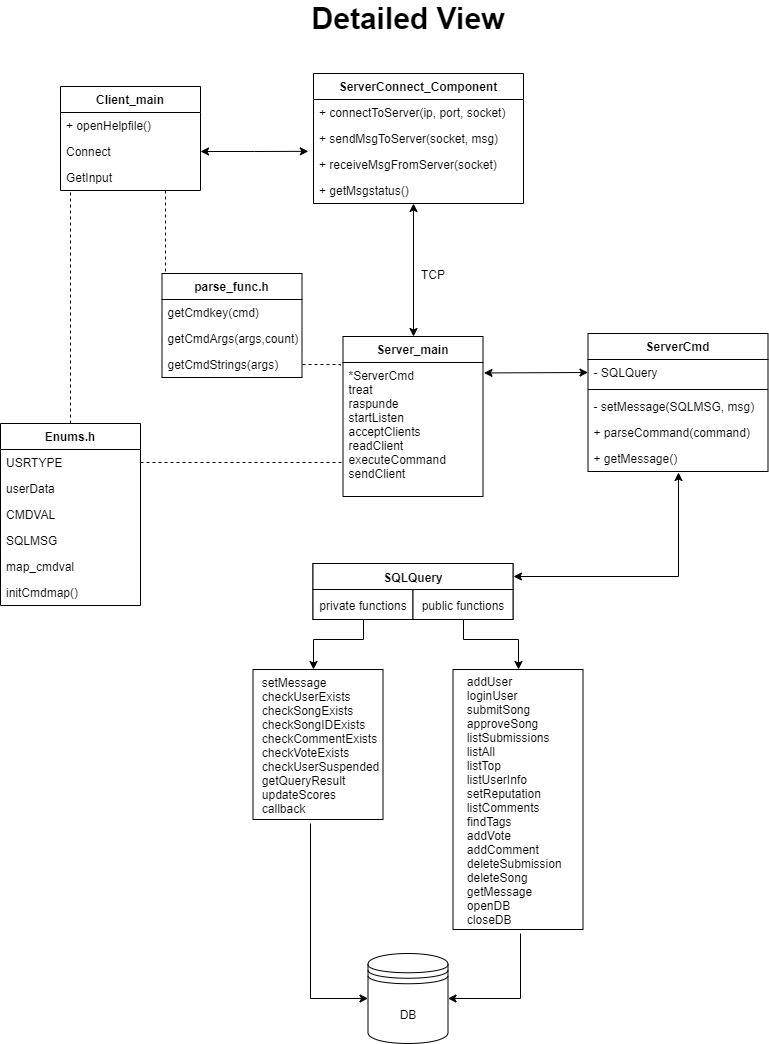
Above: docs/details.png in parrygod1/topmusic (draw.io), before the change. Source tidied: cells renumbered, new cells last; positions are measured from the earlier drawing's top-left corner, leaving out a move shared by most shapes. Source of this version:
```xml
<mxGraphModel>
  <root>
    <mxCell id="0" />
    <mxCell id="1" parent="0" />
    <mxCell id="2" value="ServerConnect_Component" style="swimlane;fontStyle=1;horizontal=1;startSize=26;fillColor=none;" parent="1" vertex="1">
      <mxGeometry x="313" y="70" width="210" height="130" as="geometry" />
    </mxCell>
    <mxCell id="3" value="+ connectToServer(ip, port, socket)" style="text;strokeColor=none;fillColor=none;align=left;verticalAlign=top;spacingLeft=4;spacingRight=4;overflow=hidden;" parent="2" vertex="1">
      <mxGeometry y="26" width="210" height="26" as="geometry" />
    </mxCell>
    <mxCell id="4" value="+ sendMsgToServer(socket, msg)" style="text;strokeColor=none;fillColor=none;align=left;verticalAlign=top;spacingLeft=4;spacingRight=4;overflow=hidden;" parent="2" vertex="1">
      <mxGeometry y="52" width="210" height="26" as="geometry" />
    </mxCell>
    <mxCell id="5" value="+ receiveMsgFromServer(socket)" style="text;strokeColor=none;fillColor=none;align=left;verticalAlign=top;spacingLeft=4;spacingRight=4;overflow=hidden;" parent="2" vertex="1">
      <mxGeometry y="78" width="210" height="26" as="geometry" />
    </mxCell>
    <mxCell id="6" value="+ getMsgstatus()" style="text;strokeColor=none;fillColor=none;align=left;verticalAlign=top;spacingLeft=4;spacingRight=4;overflow=hidden;points=[[0,0.5],[1,0.5]];portConstraint=eastwest;" parent="2" vertex="1">
      <mxGeometry y="104" width="210" height="26" as="geometry" />
    </mxCell>
    <mxCell id="7" style="edgeStyle=orthogonalEdgeStyle;rounded=0;jettySize=auto;html=1;exitX=0.75;exitY=1;exitDx=0;exitDy=0;entryX=0.025;entryY=0;entryDx=0;entryDy=0;entryPerimeter=0;dashed=1;endArrow=none;endFill=0;" parent="1" edge="1" source="8" target="53">
      <mxGeometry relative="1" as="geometry" />
    </mxCell>
    <mxCell id="8" value="Client_main" style="swimlane;fontStyle=1;horizontal=1;startSize=26;fillColor=none;" parent="1" vertex="1">
      <mxGeometry x="60" y="83" width="140" height="104" as="geometry" />
    </mxCell>
    <mxCell id="9" value="+ openHelpfile()" style="text;strokeColor=none;fillColor=none;align=left;verticalAlign=top;spacingLeft=4;spacingRight=4;overflow=hidden;" parent="8" vertex="1">
      <mxGeometry y="26" width="140" height="26" as="geometry" />
    </mxCell>
    <mxCell id="10" value="Connect" style="text;strokeColor=none;fillColor=none;align=left;verticalAlign=top;spacingLeft=4;spacingRight=4;overflow=hidden;points=[[0,0.5],[1,0.5]];portConstraint=eastwest;" parent="8" vertex="1">
      <mxGeometry y="52" width="140" height="26" as="geometry" />
    </mxCell>
    <mxCell id="11" value="GetInput" style="text;strokeColor=none;fillColor=none;align=left;verticalAlign=top;spacingLeft=4;spacingRight=4;overflow=hidden;" parent="8" vertex="1">
      <mxGeometry y="78" width="140" height="26" as="geometry" />
    </mxCell>
    <mxCell id="12" style="edgeStyle=orthogonalEdgeStyle;rounded=0;jettySize=auto;html=1;entryX=1;entryY=0.5;entryDx=0;entryDy=0;startArrow=classic;startFill=1;endArrow=classic;endFill=1;exitX=0.502;exitY=1.026;exitDx=0;exitDy=0;exitPerimeter=0;" parent="1" edge="1" source="18" target="29">
      <mxGeometry relative="1" as="geometry" />
    </mxCell>
    <mxCell id="13" value="ServerCmd" style="swimlane;fontStyle=1;align=center;verticalAlign=top;horizontal=1;startSize=26;" parent="1" vertex="1">
      <mxGeometry x="587.5" y="330" width="180" height="138" as="geometry" />
    </mxCell>
    <mxCell id="14" value="- SQLQuery" style="text;strokeColor=none;fillColor=none;align=left;verticalAlign=top;spacingLeft=4;spacingRight=4;overflow=hidden;points=[[0,0.5],[1,0.5]];portConstraint=eastwest;" parent="13" vertex="1">
      <mxGeometry y="26" width="180" height="26" as="geometry" />
    </mxCell>
    <mxCell id="15" style="line;strokeWidth=1;fillColor=none;align=left;verticalAlign=middle;spacingTop=-1;spacingLeft=3;spacingRight=3;labelPosition=right;" parent="13" vertex="1">
      <mxGeometry y="52" width="180" height="8" as="geometry" />
    </mxCell>
    <mxCell id="16" value="- setMessage(SQLMSG, msg)" style="text;strokeColor=none;fillColor=none;align=left;verticalAlign=top;spacingLeft=4;spacingRight=4;overflow=hidden;" parent="13" vertex="1">
      <mxGeometry y="60" width="180" height="26" as="geometry" />
    </mxCell>
    <mxCell id="17" value="+ parseCommand(command)" style="text;strokeColor=none;fillColor=none;align=left;verticalAlign=top;spacingLeft=4;spacingRight=4;overflow=hidden;" parent="13" vertex="1">
      <mxGeometry y="86" width="180" height="26" as="geometry" />
    </mxCell>
    <mxCell id="18" value="+ getMessage()" style="text;strokeColor=none;fillColor=none;align=left;verticalAlign=top;spacingLeft=4;spacingRight=4;overflow=hidden;points=[[0,0.5],[1,0.5]];portConstraint=eastwest;" parent="13" vertex="1">
      <mxGeometry y="112" width="180" height="26" as="geometry" />
    </mxCell>
    <mxCell id="19" style="edgeStyle=orthogonalEdgeStyle;rounded=0;jettySize=auto;html=1;exitX=0.5;exitY=0;exitDx=0;exitDy=0;startArrow=none;startFill=0;endArrow=none;endFill=0;dashed=1;" parent="1" edge="1" source="20">
      <mxGeometry relative="1" as="geometry">
        <mxPoint x="70" y="188" as="targetPoint" />
      </mxGeometry>
    </mxCell>
    <mxCell id="20" value="Enums.h" style="swimlane;fontStyle=1;horizontal=1;startSize=26;fillColor=none;" parent="1" vertex="1">
      <mxGeometry y="420" width="140" height="182" as="geometry" />
    </mxCell>
    <mxCell id="21" value="USRTYPE" style="text;strokeColor=none;fillColor=none;align=left;verticalAlign=top;spacingLeft=4;spacingRight=4;overflow=hidden;points=[[0,0.5],[1,0.5]];portConstraint=eastwest;" parent="20" vertex="1">
      <mxGeometry y="26" width="140" height="26" as="geometry" />
    </mxCell>
    <mxCell id="22" value="userData" style="text;strokeColor=none;fillColor=none;align=left;verticalAlign=top;spacingLeft=4;spacingRight=4;overflow=hidden;" parent="20" vertex="1">
      <mxGeometry y="52" width="140" height="26" as="geometry" />
    </mxCell>
    <mxCell id="23" value="CMDVAL" style="text;strokeColor=none;fillColor=none;align=left;verticalAlign=top;spacingLeft=4;spacingRight=4;overflow=hidden;" parent="20" vertex="1">
      <mxGeometry y="78" width="140" height="26" as="geometry" />
    </mxCell>
    <mxCell id="24" value="SQLMSG" style="text;strokeColor=none;fillColor=none;align=left;verticalAlign=top;spacingLeft=4;spacingRight=4;overflow=hidden;" parent="20" vertex="1">
      <mxGeometry y="104" width="140" height="26" as="geometry" />
    </mxCell>
    <mxCell id="25" value="map_cmdval" style="text;strokeColor=none;fillColor=none;align=left;verticalAlign=top;spacingLeft=4;spacingRight=4;overflow=hidden;" parent="20" vertex="1">
      <mxGeometry y="130" width="140" height="26" as="geometry" />
    </mxCell>
    <mxCell id="26" value="initCmdmap()" style="text;strokeColor=none;fillColor=none;align=left;verticalAlign=top;spacingLeft=4;spacingRight=4;overflow=hidden;" parent="20" vertex="1">
      <mxGeometry y="156" width="140" height="26" as="geometry" />
    </mxCell>
    <mxCell id="27" style="group;" parent="1" vertex="1">
      <mxGeometry x="312.5" y="560" width="200" height="56" as="geometry" />
    </mxCell>
    <mxCell id="28" style="rounded=0;whiteSpace=wrap;html=1;" parent="27" vertex="1">
      <mxGeometry width="200" height="56" as="geometry" />
    </mxCell>
    <mxCell id="29" style="rounded=0;whiteSpace=wrap;html=1;" parent="27" vertex="1">
      <mxGeometry width="200" height="26" as="geometry" />
    </mxCell>
    <mxCell id="30" value="&lt;b&gt;SQLQuery&lt;/b&gt;" style="text;html=1;strokeColor=none;fillColor=none;align=center;verticalAlign=middle;whiteSpace=wrap;rounded=0;" parent="27" vertex="1">
      <mxGeometry x="70" y="3" width="60" height="20" as="geometry" />
    </mxCell>
    <mxCell id="31" style="rounded=0;whiteSpace=wrap;html=1;" parent="27" vertex="1">
      <mxGeometry y="26" width="100" height="30" as="geometry" />
    </mxCell>
    <mxCell id="32" value="private functions" style="text;html=1;strokeColor=none;fillColor=none;align=center;verticalAlign=middle;whiteSpace=wrap;rounded=0;" parent="27" vertex="1">
      <mxGeometry y="31" width="100" height="20" as="geometry" />
    </mxCell>
    <mxCell id="33" style="rounded=0;whiteSpace=wrap;html=1;" parent="27" vertex="1">
      <mxGeometry x="100" y="26" width="100" height="30" as="geometry" />
    </mxCell>
    <mxCell id="34" value="public functions" style="text;html=1;strokeColor=none;fillColor=none;align=center;verticalAlign=middle;whiteSpace=wrap;rounded=0;" parent="27" vertex="1">
      <mxGeometry x="100" y="31" width="100" height="20" as="geometry" />
    </mxCell>
    <mxCell id="35" style="group;" parent="1" vertex="1">
      <mxGeometry x="242.5" y="666" width="140" height="150" as="geometry" />
    </mxCell>
    <mxCell id="36" style="rounded=0;whiteSpace=wrap;html=1;" parent="35" vertex="1">
      <mxGeometry x="10" width="130" height="150" as="geometry" />
    </mxCell>
    <mxCell id="37" value="    setMessage &#10;    checkUserExists&#10;    checkSongExists&#10;    checkSongIDExists&#10;    checkCommentExists&#10;    checkVoteExists&#10;    checkUserSuspended&#10;    getQueryResult&#10;    updateScores&#10;    callback" style="text;strokeColor=none;fillColor=none;align=left;verticalAlign=top;spacingLeft=4;spacingRight=4;overflow=hidden;points=[[0,0.5],[1,0.5]];portConstraint=eastwest;" parent="35" vertex="1">
      <mxGeometry width="140" height="150" as="geometry" />
    </mxCell>
    <mxCell id="38" style="edgeStyle=orthogonalEdgeStyle;rounded=0;jettySize=auto;html=1;exitX=0.5;exitY=1;exitDx=0;exitDy=0;entryX=0.5;entryY=0;entryDx=0;entryDy=0;entryPerimeter=0;" parent="1" edge="1" source="31" target="37">
      <mxGeometry relative="1" as="geometry">
        <Array as="points">
          <mxPoint x="362.5" y="636" />
          <mxPoint x="312.5" y="636" />
        </Array>
      </mxGeometry>
    </mxCell>
    <mxCell id="39" style="edgeStyle=orthogonalEdgeStyle;rounded=0;jettySize=auto;html=1;exitX=0.5;exitY=0;exitDx=0;exitDy=0;entryX=0.475;entryY=1;entryDx=0;entryDy=0;entryPerimeter=0;startArrow=classic;startFill=1;endArrow=classic;endFill=1;" parent="1" edge="1" source="40" target="6">
      <mxGeometry relative="1" as="geometry" />
    </mxCell>
    <mxCell id="40" value="Server_main" style="swimlane;fontStyle=1;horizontal=1;startSize=26;fillColor=none;" parent="1" vertex="1">
      <mxGeometry x="342.5" y="333" width="140" height="160" as="geometry" />
    </mxCell>
    <mxCell id="41" value="*ServerCmd&#10;treat&#10;raspunde&#10;startListen&#10;acceptClients&#10;readClient&#10;executeCommand&#10;sendClient" style="text;strokeColor=none;fillColor=none;align=left;verticalAlign=top;spacingLeft=4;spacingRight=4;overflow=hidden;points=[[0,0.5],[1,0.5]];portConstraint=eastwest;" parent="40" vertex="1">
      <mxGeometry y="26" width="140" height="134" as="geometry" />
    </mxCell>
    <mxCell id="42" style="rounded=0;whiteSpace=wrap;html=1;" parent="1" vertex="1">
      <mxGeometry x="452.5" y="666" width="130" height="260" as="geometry" />
    </mxCell>
    <mxCell id="43" value="    addUser&#10;    loginUser&#10;    submitSong&#10;    approveSong&#10;    listSubmissions&#10;    listAll&#10;    listTop&#10;    listUserInfo&#10;    setReputation&#10;    listComments&#10;    findTags&#10;    addVote&#10;    addComment&#10;    deleteSubmission&#10;    deleteSong&#10;    getMessage&#10;    openDB&#10;    closeDB" style="text;strokeColor=none;fillColor=none;align=left;verticalAlign=bottom;spacingLeft=4;spacingRight=4;overflow=hidden;horizontal=1;" parent="1" vertex="1">
      <mxGeometry x="447.5" y="666" width="140" height="260" as="geometry" />
    </mxCell>
    <mxCell id="44" style="edgeStyle=orthogonalEdgeStyle;rounded=0;jettySize=auto;html=1;exitX=0.5;exitY=1;exitDx=0;exitDy=0;entryX=0.5;entryY=0;entryDx=0;entryDy=0;" parent="1" edge="1" source="33" target="42">
      <mxGeometry relative="1" as="geometry">
        <Array as="points">
          <mxPoint x="462.5" y="636" />
          <mxPoint x="517.5" y="636" />
        </Array>
      </mxGeometry>
    </mxCell>
    <mxCell id="45" value="TCP" style="text;html=1;strokeColor=none;fillColor=none;align=center;verticalAlign=middle;whiteSpace=wrap;rounded=0;" parent="1" vertex="1">
      <mxGeometry x="412.5" y="260" width="40" height="20" as="geometry" />
    </mxCell>
    <mxCell id="46" style="edgeStyle=orthogonalEdgeStyle;rounded=0;jettySize=auto;html=1;startArrow=classic;startFill=1;endArrow=classic;endFill=1;" parent="1" edge="1" source="10">
      <mxGeometry relative="1" as="geometry">
        <mxPoint x="307.8" y="147.8" as="targetPoint" />
      </mxGeometry>
    </mxCell>
    <mxCell id="47" style="edgeStyle=orthogonalEdgeStyle;rounded=0;jettySize=auto;html=1;startArrow=classic;startFill=1;endArrow=none;endFill=0;" parent="1" edge="1" source="49">
      <mxGeometry relative="1" as="geometry">
        <mxPoint x="310" y="820" as="targetPoint" />
      </mxGeometry>
    </mxCell>
    <mxCell id="48" style="edgeStyle=orthogonalEdgeStyle;rounded=0;jettySize=auto;html=1;startArrow=classic;startFill=1;endArrow=none;endFill=0;" parent="1" edge="1" source="49">
      <mxGeometry relative="1" as="geometry">
        <mxPoint x="520" y="930" as="targetPoint" />
      </mxGeometry>
    </mxCell>
    <mxCell id="49" style="shape=datastore;whiteSpace=wrap;html=1;fillColor=none;align=left;" parent="1" vertex="1">
      <mxGeometry x="367.5" y="950" width="80" height="90" as="geometry" />
    </mxCell>
    <mxCell id="50" value="DB" style="text;html=1;strokeColor=none;fillColor=none;align=center;verticalAlign=middle;whiteSpace=wrap;rounded=0;" parent="1" vertex="1">
      <mxGeometry x="383.8" y="1000" width="47.5" height="20" as="geometry" />
    </mxCell>
    <mxCell id="51" value="&lt;font style=&quot;font-size: 30px&quot;&gt;&lt;b&gt;Detailed View&lt;/b&gt;&lt;/font&gt;" style="text;html=1;strokeColor=none;fillColor=none;align=center;verticalAlign=middle;whiteSpace=wrap;rounded=0;" parent="1" vertex="1">
      <mxGeometry x="301.5" width="212" height="30" as="geometry" />
    </mxCell>
    <mxCell id="52" style="endArrow=classic;startArrow=classic;html=1;exitX=1.007;exitY=0.078;exitDx=0;exitDy=0;exitPerimeter=0;entryX=0;entryY=0.5;entryDx=0;entryDy=0;" parent="1" edge="1" source="41" target="14">
      <mxGeometry relative="1" as="geometry" />
    </mxCell>
    <mxCell id="53" value="parse_func.h" style="swimlane;fontStyle=1;horizontal=1;startSize=26;fillColor=none;" parent="1" vertex="1">
      <mxGeometry x="161.5" y="270" width="140" height="104" as="geometry" />
    </mxCell>
    <mxCell id="54" value="getCmdkey(cmd)" style="text;strokeColor=none;fillColor=none;align=left;verticalAlign=top;spacingLeft=4;spacingRight=4;overflow=hidden;" parent="53" vertex="1">
      <mxGeometry y="26" width="140" height="26" as="geometry" />
    </mxCell>
    <mxCell id="55" value="getCmdArgs(args,count)" style="text;strokeColor=none;fillColor=none;align=left;verticalAlign=top;spacingLeft=4;spacingRight=4;overflow=hidden;" parent="53" vertex="1">
      <mxGeometry y="52" width="140" height="26" as="geometry" />
    </mxCell>
    <mxCell id="56" value="getCmdStrings(args)" style="text;strokeColor=none;fillColor=none;align=left;verticalAlign=top;spacingLeft=4;spacingRight=4;overflow=hidden;points=[[0,0.5],[1,0.5]];portConstraint=eastwest;" parent="53" vertex="1">
      <mxGeometry y="78" width="140" height="26" as="geometry" />
    </mxCell>
    <mxCell id="57" style="edgeStyle=orthogonalEdgeStyle;rounded=0;jettySize=auto;html=1;exitX=1;exitY=0.5;exitDx=0;exitDy=0;entryX=-0.021;entryY=0.019;entryDx=0;entryDy=0;entryPerimeter=0;dashed=1;endArrow=none;endFill=0;" parent="1" edge="1" source="56" target="41">
      <mxGeometry relative="1" as="geometry" />
    </mxCell>
    <mxCell id="58" style="edgeStyle=orthogonalEdgeStyle;rounded=0;jettySize=auto;html=1;entryX=-0.005;entryY=0.748;entryDx=0;entryDy=0;entryPerimeter=0;dashed=1;endArrow=none;endFill=0;" parent="1" edge="1" source="21" target="41">
      <mxGeometry relative="1" as="geometry" />
    </mxCell>
  </root>
</mxGraphModel>
```
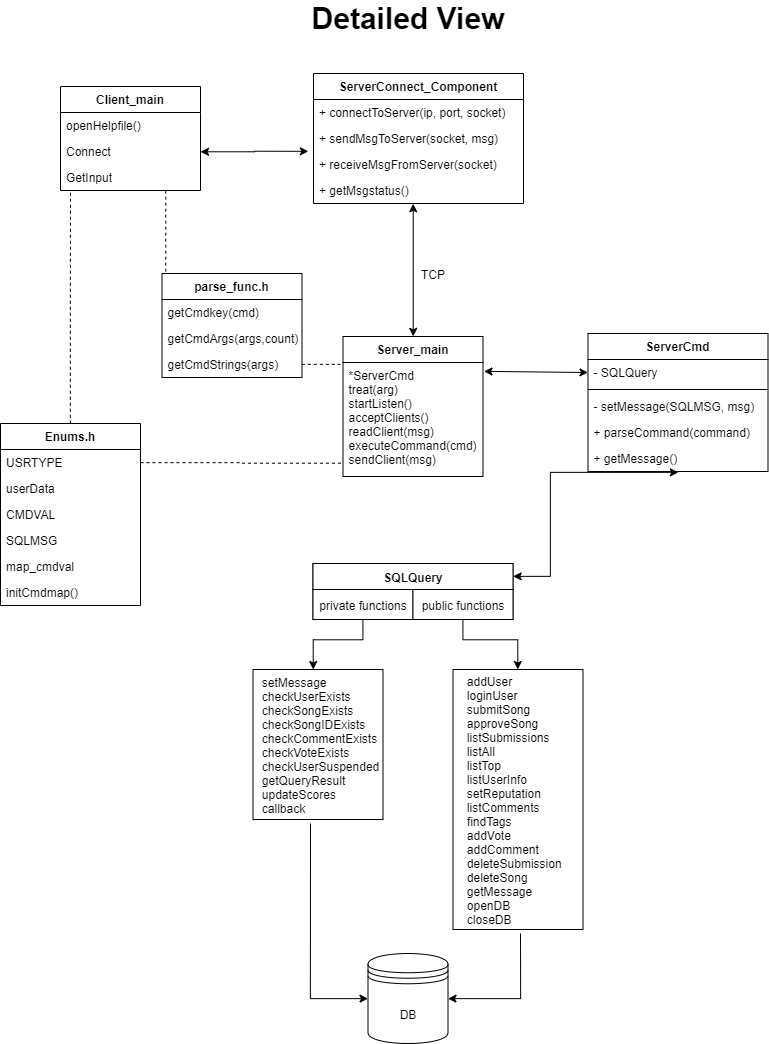
Later version of the same file.

Commit message:
updated details diagram

The edit, as a diff of the source:
```diff
@@ -23,7 +23,7 @@
     <mxCell id="8" value="Client_main" style="swimlane;fontStyle=1;horizontal=1;startSize=26;fillColor=none;" parent="1" vertex="1">
       <mxGeometry x="60" y="83" width="140" height="104" as="geometry" />
     </mxCell>
-    <mxCell id="9" value="+ openHelpfile()" style="text;strokeColor=none;fillColor=none;align=left;verticalAlign=top;spacingLeft=4;spacingRight=4;overflow=hidden;" parent="8" vertex="1">
+    <mxCell id="9" value="openHelpfile()" style="text;strokeColor=none;fillColor=none;align=left;verticalAlign=top;spacingLeft=4;spacingRight=4;overflow=hidden;" parent="8" vertex="1">
       <mxGeometry y="26" width="140" height="26" as="geometry" />
     </mxCell>
     <mxCell id="10" value="Connect" style="text;strokeColor=none;fillColor=none;align=left;verticalAlign=top;spacingLeft=4;spacingRight=4;overflow=hidden;points=[[0,0.5],[1,0.5]];portConstraint=eastwest;" parent="8" vertex="1">
@@ -124,10 +124,10 @@
       <mxGeometry relative="1" as="geometry" />
     </mxCell>
     <mxCell id="40" value="Server_main" style="swimlane;fontStyle=1;horizontal=1;startSize=26;fillColor=none;" parent="1" vertex="1">
-      <mxGeometry x="342.5" y="333" width="140" height="160" as="geometry" />
+      <mxGeometry x="342.5" y="333" width="140" height="140" as="geometry" />
     </mxCell>
-    <mxCell id="41" value="*ServerCmd&#10;treat&#10;raspunde&#10;startListen&#10;acceptClients&#10;readClient&#10;executeCommand&#10;sendClient" style="text;strokeColor=none;fillColor=none;align=left;verticalAlign=top;spacingLeft=4;spacingRight=4;overflow=hidden;points=[[0,0.5],[1,0.5]];portConstraint=eastwest;" parent="40" vertex="1">
-      <mxGeometry y="26" width="140" height="134" as="geometry" />
+    <mxCell id="41" value="*ServerCmd&#10;treat(arg)&#10;startListen()&#10;acceptClients()&#10;readClient(msg)&#10;executeCommand(cmd)&#10;sendClient(msg)" style="text;strokeColor=none;fillColor=none;align=left;verticalAlign=top;spacingLeft=4;spacingRight=4;overflow=hidden;points=[[0,0.5],[1,0.5]];portConstraint=eastwest;" parent="40" vertex="1">
+      <mxGeometry y="26" width="140" height="114" as="geometry" />
     </mxCell>
     <mxCell id="42" style="rounded=0;whiteSpace=wrap;html=1;" parent="1" vertex="1">
       <mxGeometry x="452.5" y="666" width="130" height="260" as="geometry" />
@@ -188,7 +188,7 @@
     <mxCell id="57" style="edgeStyle=orthogonalEdgeStyle;rounded=0;jettySize=auto;html=1;exitX=1;exitY=0.5;exitDx=0;exitDy=0;entryX=-0.021;entryY=0.019;entryDx=0;entryDy=0;entryPerimeter=0;dashed=1;endArrow=none;endFill=0;" parent="1" edge="1" source="56" target="41">
       <mxGeometry relative="1" as="geometry" />
     </mxCell>
-    <mxCell id="58" style="edgeStyle=orthogonalEdgeStyle;rounded=0;jettySize=auto;html=1;entryX=-0.005;entryY=0.748;entryDx=0;entryDy=0;entryPerimeter=0;dashed=1;endArrow=none;endFill=0;" parent="1" edge="1" source="21" target="41">
+    <mxCell id="58" style="edgeStyle=orthogonalEdgeStyle;rounded=0;jettySize=auto;html=1;entryX=-0.013;entryY=0.885;entryDx=0;entryDy=0;entryPerimeter=0;endArrow=none;endFill=0;dashed=1;" parent="1" edge="1" source="21" target="41">
       <mxGeometry relative="1" as="geometry" />
     </mxCell>
   </root>
```
